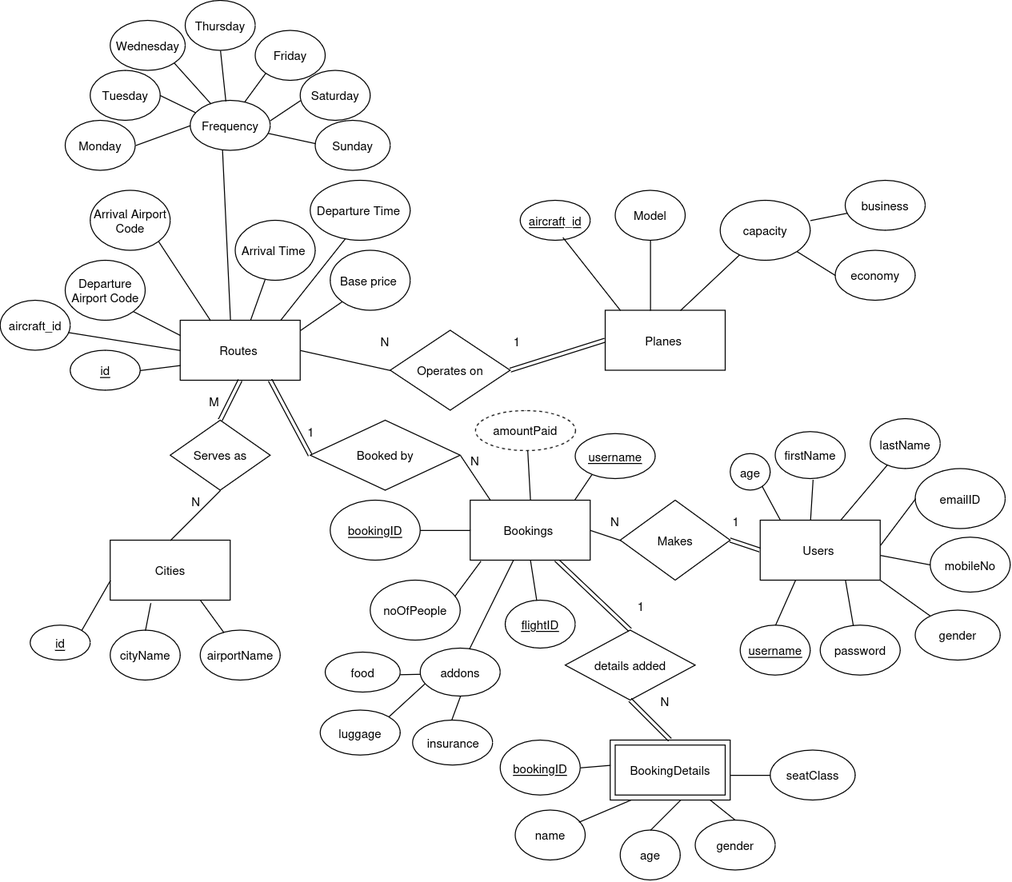
The draw.io diagram assets/ER.drawio.png in shelly-shells/airline-ticket, before a commit. Source tidied: cells renumbered, new cells last; positions are measured from the earlier drawing's top-left corner, leaving out a move shared by most shapes.
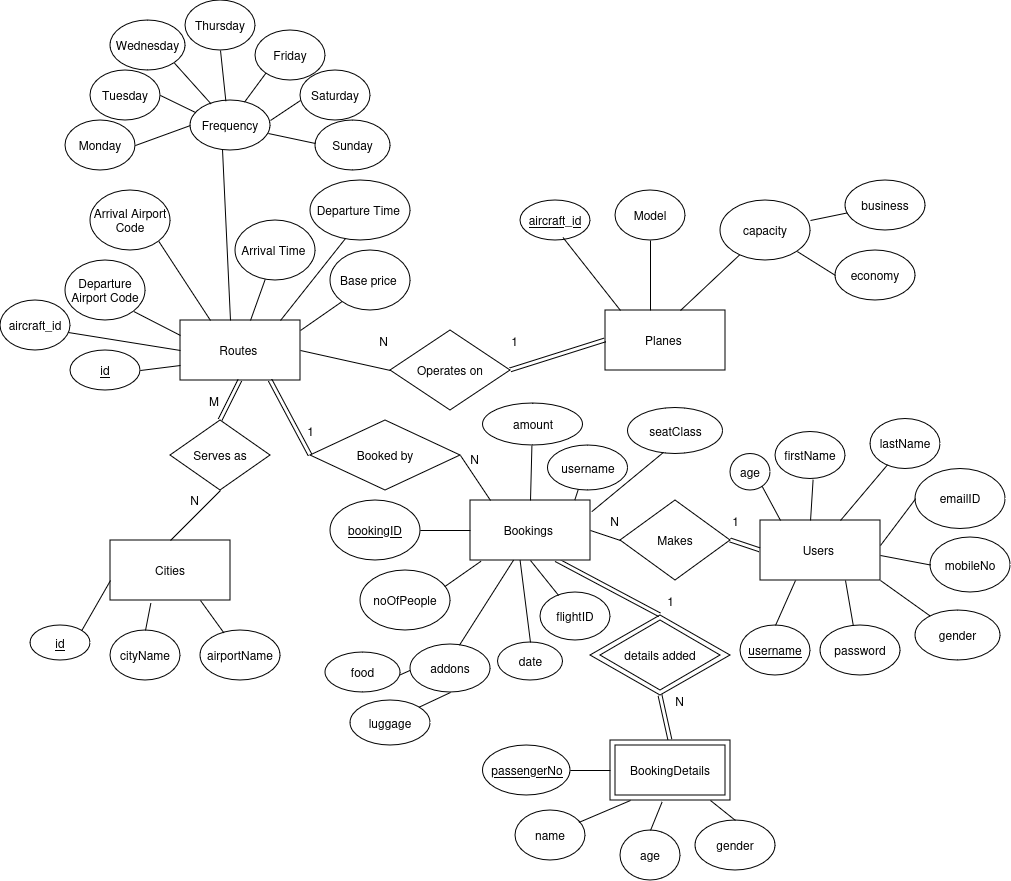
Later version of the same file.

What changed in the source:
```diff
@@ -7,7 +7,7 @@
     </mxCell>
     <mxCell id="3" value="1" style="html=1;whiteSpace=wrap;align=right;verticalAlign=bottom;" parent="2" vertex="1">
       <mxGeometry x="1" relative="1" as="geometry">
-        <mxPoint x="15" y="-15" as="offset" />
+        <mxPoint x="15" y="-5" as="offset" />
       </mxGeometry>
     </mxCell>
     <mxCell id="4" value="Routes&amp;nbsp;" style="rounded=0;whiteSpace=wrap;html=1;" parent="1" vertex="1">
@@ -141,12 +141,12 @@
       </mxGeometry>
     </mxCell>
     <mxCell id="44" value="noOfPeople" style="ellipse;whiteSpace=wrap;html=1;" parent="1" vertex="1">
-      <mxGeometry x="370" y="580" width="90" height="60" as="geometry" />
+      <mxGeometry x="360" y="570" width="90" height="60" as="geometry" />
     </mxCell>
     <mxCell id="45" value="&lt;u&gt;bookingID&lt;/u&gt;" style="ellipse;whiteSpace=wrap;html=1;" parent="1" vertex="1">
       <mxGeometry x="330" y="500" width="90" height="60" as="geometry" />
     </mxCell>
-    <mxCell id="46" style="endArrow=none;html=1;rounded=0;exitX=0.5;exitY=0;exitDx=0;exitDy=0;entryX=0.5;entryY=0;entryDx=0;entryDy=0;" parent="1" edge="1" source="62" target="8">
+    <mxCell id="46" style="endArrow=none;html=1;rounded=0;exitX=0.5;exitY=0;exitDx=0;exitDy=0;entryX=0.5;entryY=0;entryDx=0;entryDy=0;" parent="1" edge="1" source="130" target="8">
       <mxGeometry relative="1" as="geometry" />
     </mxCell>
     <mxCell id="47" style="endArrow=none;html=1;rounded=0;exitX=1;exitY=0.5;exitDx=0;exitDy=0;entryX=0;entryY=0.5;entryDx=0;entryDy=0;" parent="1" edge="1" source="45" target="8">
@@ -161,9 +161,6 @@
     <mxCell id="50" value="Booked by" style="rhombus;whiteSpace=wrap;html=1;" parent="1" vertex="1">
       <mxGeometry x="310" y="420" width="150" height="70" as="geometry" />
     </mxCell>
-    <mxCell id="51" value="seatClass" style="ellipse;whiteSpace=wrap;html=1;" parent="1" vertex="1">
-      <mxGeometry x="770" y="750" width="85" height="50" as="geometry" />
-    </mxCell>
     <mxCell id="52" value="gender" style="ellipse;whiteSpace=wrap;html=1;" parent="1" vertex="1">
       <mxGeometry x="695" y="820" width="80" height="50" as="geometry" />
     </mxCell>
@@ -173,40 +170,22 @@
     <mxCell id="54" value="name" style="ellipse;whiteSpace=wrap;html=1;" parent="1" vertex="1">
       <mxGeometry x="515" y="810" width="70" height="50" as="geometry" />
     </mxCell>
-    <mxCell id="55" value="&lt;u&gt;bookingID&lt;/u&gt;" style="ellipse;whiteSpace=wrap;html=1;" parent="1" vertex="1">
-      <mxGeometry x="500" y="740" width="80" height="55" as="geometry" />
-    </mxCell>
-    <mxCell id="56" style="endArrow=none;html=1;rounded=0;exitX=0;exitY=0.5;exitDx=0;exitDy=0;" parent="1" edge="1" source="51">
-      <mxGeometry relative="1" as="geometry">
-        <mxPoint x="730" y="775" as="targetPoint" />
-      </mxGeometry>
-    </mxCell>
     <mxCell id="57" style="endArrow=none;html=1;rounded=0;exitX=0.5;exitY=0;exitDx=0;exitDy=0;" parent="1" edge="1" source="52">
       <mxGeometry relative="1" as="geometry">
         <mxPoint x="710" y="800" as="targetPoint" />
       </mxGeometry>
     </mxCell>
-    <mxCell id="58" style="endArrow=none;html=1;rounded=0;exitX=0.5;exitY=0;exitDx=0;exitDy=0;" parent="1" edge="1" source="53">
-      <mxGeometry relative="1" as="geometry">
-        <mxPoint x="680" y="800" as="targetPoint" />
-      </mxGeometry>
+    <mxCell id="58" style="endArrow=none;html=1;rounded=0;exitX=0.5;exitY=0;exitDx=0;exitDy=0;entryX=0.43;entryY=1.025;entryDx=0;entryDy=0;entryPerimeter=0;" parent="1" edge="1" source="53" target="9">
+      <mxGeometry relative="1" as="geometry" />
     </mxCell>
     <mxCell id="59" style="endArrow=none;html=1;rounded=0;exitX=0.906;exitY=0.239;exitDx=0;exitDy=0;exitPerimeter=0;" parent="1" edge="1" source="54">
       <mxGeometry relative="1" as="geometry">
         <mxPoint x="630" y="800" as="targetPoint" />
       </mxGeometry>
     </mxCell>
-    <mxCell id="60" style="endArrow=none;html=1;rounded=0;exitX=1;exitY=0.5;exitDx=0;exitDy=0;" parent="1" edge="1" source="55">
-      <mxGeometry relative="1" as="geometry">
-        <mxPoint x="610" y="765" as="targetPoint" />
-      </mxGeometry>
-    </mxCell>
-    <mxCell id="61" value="details added" style="rhombus;whiteSpace=wrap;html=1;" parent="1" vertex="1">
-      <mxGeometry x="565" y="630" width="130" height="70" as="geometry" />
+    <mxCell id="61" style="rhombus;whiteSpace=wrap;html=1;" parent="1" vertex="1">
+      <mxGeometry x="590" y="615" width="140" height="80" as="geometry" />
     </mxCell>
-    <mxCell id="62" value="amountPaid" style="ellipse;whiteSpace=wrap;html=1;align=center;dashed=1;" parent="1" vertex="1">
-      <mxGeometry x="475" y="410" width="100" height="40" as="geometry" />
-    </mxCell>
     <mxCell id="63" style="shape=link;html=1;rounded=0;entryX=0;entryY=0.5;entryDx=0;entryDy=0;exitX=1;exitY=0.5;exitDx=0;exitDy=0;" parent="1" edge="1" source="28" target="6">
       <mxGeometry relative="1" as="geometry" />
     </mxCell>
@@ -276,7 +255,7 @@
     </mxCell>
     <mxCell id="80" value="N" style="html=1;whiteSpace=wrap;align=right;verticalAlign=bottom;" parent="79" vertex="1">
       <mxGeometry x="1" relative="1" as="geometry">
-        <mxPoint y="-30" as="offset" />
+        <mxPoint x="15" y="-30" as="offset" />
       </mxGeometry>
     </mxCell>
     <mxCell id="81" style="endArrow=none;html=1;rounded=0;entryX=0.4;entryY=0.98;entryDx=0;entryDy=0;entryPerimeter=0;" parent="1" edge="1" target="12">
@@ -363,18 +342,18 @@
         <mxPoint x="840" y="520" as="sourcePoint" />
       </mxGeometry>
     </mxCell>
-    <mxCell id="105" value="&lt;u&gt;flightID&lt;/u&gt;" style="ellipse;whiteSpace=wrap;html=1;" parent="1" vertex="1">
-      <mxGeometry x="505" y="600" width="70" height="48" as="geometry" />
+    <mxCell id="105" value="flightID" style="ellipse;whiteSpace=wrap;html=1;" parent="1" vertex="1">
+      <mxGeometry x="540" y="592" width="70" height="48" as="geometry" />
     </mxCell>
     <mxCell id="106" style="endArrow=none;html=1;rounded=0;" parent="1" edge="1" source="105">
       <mxGeometry relative="1" as="geometry">
         <mxPoint x="530" y="560" as="targetPoint" />
       </mxGeometry>
     </mxCell>
-    <mxCell id="107" value="&lt;u&gt;username&lt;/u&gt;" style="ellipse;whiteSpace=wrap;html=1;" parent="1" vertex="1">
-      <mxGeometry x="575" y="433.5" width="80" height="45" as="geometry" />
+    <mxCell id="107" value="username" style="ellipse;whiteSpace=wrap;html=1;" parent="1" vertex="1">
+      <mxGeometry x="547.5" y="445" width="80" height="45" as="geometry" />
     </mxCell>
-    <mxCell id="108" style="endArrow=none;html=1;rounded=0;entryX=0.204;entryY=0.907;entryDx=0;entryDy=0;entryPerimeter=0;exitX=0.869;exitY=-0.007;exitDx=0;exitDy=0;exitPerimeter=0;" parent="1" edge="1" source="8" target="107">
+    <mxCell id="108" style="endArrow=none;html=1;rounded=0;entryX=0.378;entryY=0.979;entryDx=0;entryDy=0;entryPerimeter=0;exitX=0.869;exitY=-0.007;exitDx=0;exitDy=0;exitPerimeter=0;" parent="1" edge="1" source="8" target="107">
       <mxGeometry relative="1" as="geometry" />
     </mxCell>
     <mxCell id="109" value="business" style="ellipse;whiteSpace=wrap;html=1;" parent="1" vertex="1">
@@ -401,28 +380,51 @@
       <mxGeometry relative="1" as="geometry" />
     </mxCell>
     <mxCell id="116" value="addons" style="ellipse;whiteSpace=wrap;html=1;" parent="1" vertex="1">
-      <mxGeometry x="420" y="648" width="80" height="48" as="geometry" />
+      <mxGeometry x="410" y="644" width="80" height="48" as="geometry" />
     </mxCell>
     <mxCell id="117" style="endArrow=none;html=1;rounded=0;entryX=0.359;entryY=0.993;entryDx=0;entryDy=0;entryPerimeter=0;exitX=0.612;exitY=0.015;exitDx=0;exitDy=0;exitPerimeter=0;" parent="1" edge="1" source="116" target="8">
       <mxGeometry relative="1" as="geometry" />
     </mxCell>
-    <mxCell id="118" value="insurance" style="ellipse;whiteSpace=wrap;html=1;" parent="1" vertex="1">
-      <mxGeometry x="412.5" y="720" width="80" height="45" as="geometry" />
-    </mxCell>
     <mxCell id="119" value="food" style="ellipse;whiteSpace=wrap;html=1;" parent="1" vertex="1">
       <mxGeometry x="325" y="652" width="75" height="40" as="geometry" />
     </mxCell>
     <mxCell id="120" value="luggage" style="ellipse;whiteSpace=wrap;html=1;" parent="1" vertex="1">
-      <mxGeometry x="320" y="710" width="80" height="45" as="geometry" />
+      <mxGeometry x="350" y="700" width="80" height="45" as="geometry" />
     </mxCell>
-    <mxCell id="121" style="endArrow=none;html=1;rounded=0;entryX=0.058;entryY=0.736;entryDx=0;entryDy=0;entryPerimeter=0;exitX=1;exitY=0;exitDx=0;exitDy=0;" parent="1" edge="1" source="120" target="116">
+    <mxCell id="121" style="endArrow=none;html=1;rounded=0;entryX=0.5;entryY=1;entryDx=0;entryDy=0;exitX=1;exitY=0;exitDx=0;exitDy=0;" parent="1" edge="1" source="120" target="116">
       <mxGeometry relative="1" as="geometry" />
     </mxCell>
     <mxCell id="122" style="endArrow=none;html=1;rounded=0;exitX=0.997;exitY=0.558;exitDx=0;exitDy=0;exitPerimeter=0;entryX=-0.005;entryY=0.54;entryDx=0;entryDy=0;entryPerimeter=0;" parent="1" edge="1" source="119" target="116">
       <mxGeometry relative="1" as="geometry" />
     </mxCell>
-    <mxCell id="123" style="endArrow=none;html=1;rounded=0;exitX=0.483;exitY=0.002;exitDx=0;exitDy=0;exitPerimeter=0;entryX=0.5;entryY=1;entryDx=0;entryDy=0;" parent="1" edge="1" source="118" target="116">
-      <mxGeometry relative="1" as="geometry" />
-    </mxCell>
+    <mxCell id="124" value="details added" style="rhombus;whiteSpace=wrap;html=1;" parent="1" vertex="1">
+      <mxGeometry x="600" y="620" width="120" height="70" as="geometry" />
+    </mxCell>
+    <mxCell id="125" value="date" style="ellipse;whiteSpace=wrap;html=1;" parent="1" vertex="1">
+      <mxGeometry x="497.5" y="642" width="65" height="38" as="geometry" />
+    </mxCell>
+    <mxCell id="126" style="endArrow=none;html=1;rounded=0;entryX=0.413;entryY=0.992;entryDx=0;entryDy=0;entryPerimeter=0;exitX=0.5;exitY=0;exitDx=0;exitDy=0;" parent="1" edge="1" source="125" target="8">
+      <mxGeometry relative="1" as="geometry" />
+    </mxCell>
+    <mxCell id="127" value="&lt;u&gt;passengerNo&lt;/u&gt;" style="ellipse;whiteSpace=wrap;html=1;" parent="1" vertex="1">
+      <mxGeometry x="482.5" y="745" width="87.5" height="50" as="geometry" />
+    </mxCell>
+    <mxCell id="128" style="endArrow=none;html=1;rounded=0;exitX=1;exitY=0.5;exitDx=0;exitDy=0;entryX=0;entryY=0.5;entryDx=0;entryDy=0;" parent="1" edge="1" source="127" target="9">
+      <mxGeometry relative="1" as="geometry" />
+    </mxCell>
+    <mxCell id="129" style="endArrow=none;html=1;rounded=0;exitX=0.5;exitY=0;exitDx=0;exitDy=0;entryX=0.5;entryY=0;entryDx=0;entryDy=0;" parent="1" edge="1" target="130">
+      <mxGeometry relative="1" as="geometry">
+        <mxPoint x="525" y="410" as="sourcePoint" />
+      </mxGeometry>
+    </mxCell>
+    <mxCell id="130" value="amount" style="ellipse;whiteSpace=wrap;html=1;" parent="1" vertex="1">
+      <mxGeometry x="482.5" y="403" width="100" height="42" as="geometry" />
+    </mxCell>
+    <mxCell id="51" value="seatClass" style="ellipse;whiteSpace=wrap;html=1;" parent="1" vertex="1">
+      <mxGeometry x="627.5" y="407.5" width="95" height="46" as="geometry" />
+    </mxCell>
+    <mxCell id="131" style="endArrow=none;html=1;rounded=0;exitX=1.011;exitY=0.186;exitDx=0;exitDy=0;exitPerimeter=0;entryX=0.374;entryY=0.964;entryDx=0;entryDy=0;entryPerimeter=0;" parent="1" edge="1" source="8" target="51">
+      <mxGeometry relative="1" as="geometry" />
+    </mxCell>
   </root>
 </mxGraphModel>
```
